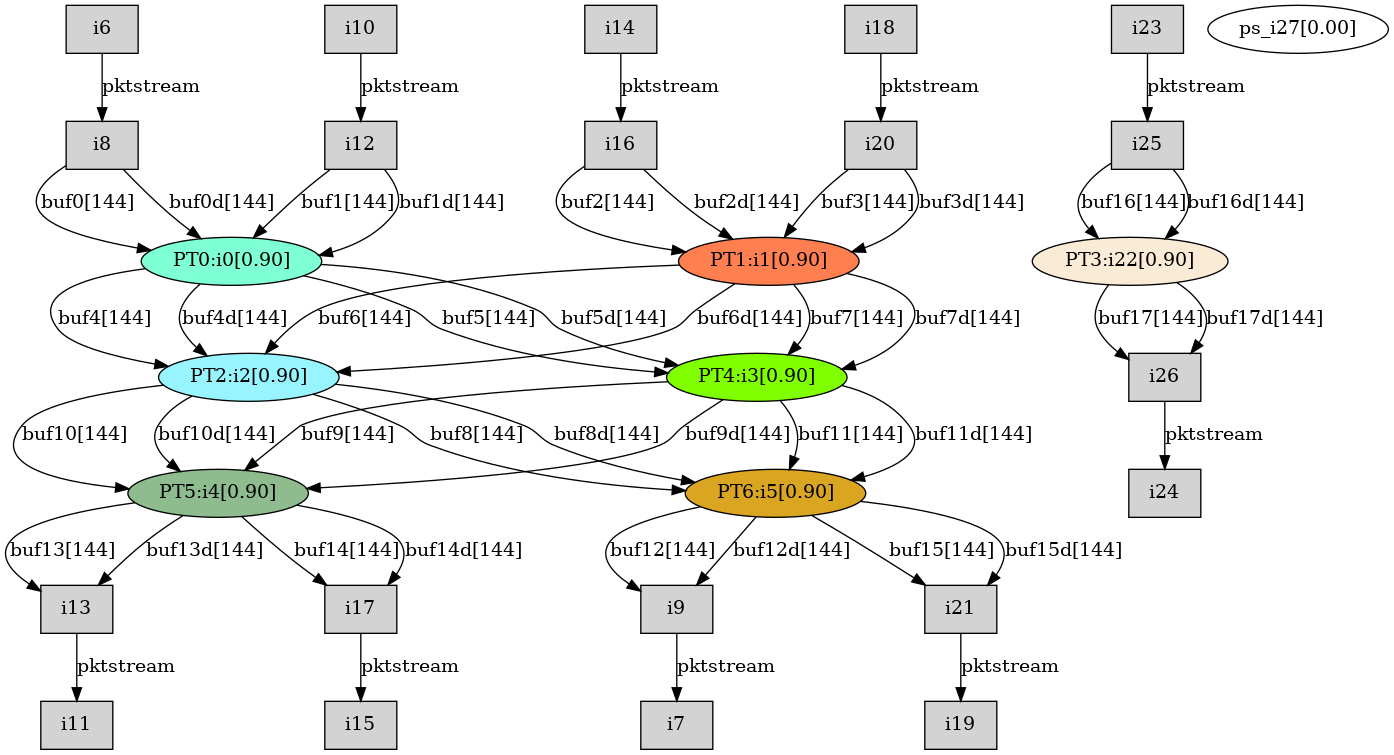
lxy-littlechai/SVD keeps this Graphviz diagram as TriBlock/Work/reports/TopGraph.png. Above is the earlier version. Its source is kept beside it as TriBlock/Work/reports/TopGraph.dot.
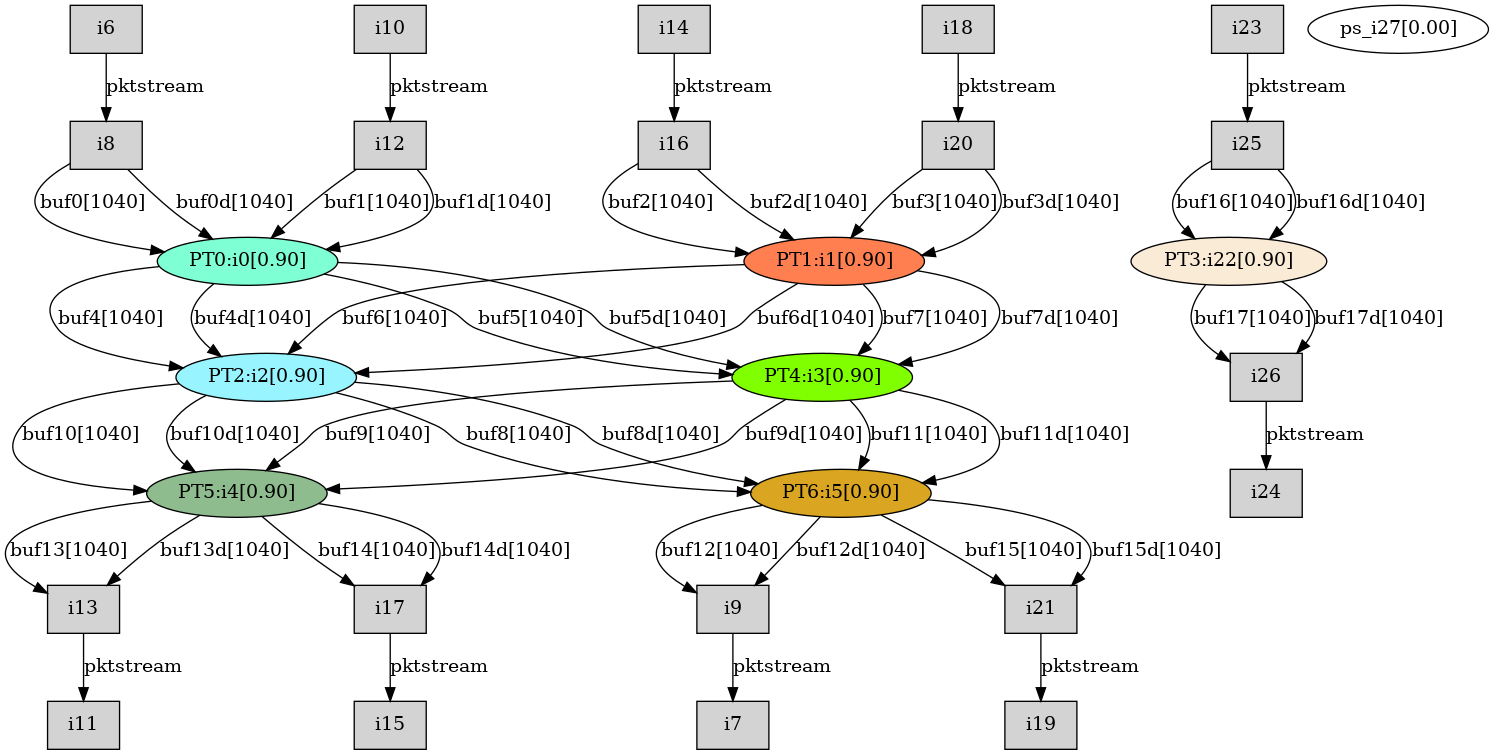
The same file after the commit.

The edit, as a diff of the source:
```diff
@@ -27,22 +27,22 @@
 "i25" [shape=box style=filled, fillcolor=lightgrey];
 "i26" [shape=box style=filled, fillcolor=lightgrey];
 "ps_i27[0.00]";
-"i8" -> "PT0:i0[0.90]" [label="buf0[144]"];
-"i12" -> "PT0:i0[0.90]" [label="buf1[144]"];
-"i16" -> "PT1:i1[0.90]" [label="buf2[144]"];
-"i20" -> "PT1:i1[0.90]" [label="buf3[144]"];
-"PT0:i0[0.90]" -> "PT2:i2[0.90]" [label="buf4[144]"];
-"PT0:i0[0.90]" -> "PT4:i3[0.90]" [label="buf5[144]"];
-"PT1:i1[0.90]" -> "PT2:i2[0.90]" [label="buf6[144]"];
-"PT1:i1[0.90]" -> "PT4:i3[0.90]" [label="buf7[144]"];
-"PT2:i2[0.90]" -> "PT6:i5[0.90]" [label="buf8[144]"];
-"PT4:i3[0.90]" -> "PT5:i4[0.90]" [label="buf9[144]"];
-"PT2:i2[0.90]" -> "PT5:i4[0.90]" [label="buf10[144]"];
-"PT4:i3[0.90]" -> "PT6:i5[0.90]" [label="buf11[144]"];
-"PT6:i5[0.90]" -> "i9" [label="buf12[144]"];
-"PT5:i4[0.90]" -> "i13" [label="buf13[144]"];
-"PT5:i4[0.90]" -> "i17" [label="buf14[144]"];
-"PT6:i5[0.90]" -> "i21" [label="buf15[144]"];
+"i8" -> "PT0:i0[0.90]" [label="buf0[1040]"];
+"i12" -> "PT0:i0[0.90]" [label="buf1[1040]"];
+"i16" -> "PT1:i1[0.90]" [label="buf2[1040]"];
+"i20" -> "PT1:i1[0.90]" [label="buf3[1040]"];
+"PT0:i0[0.90]" -> "PT2:i2[0.90]" [label="buf4[1040]"];
+"PT0:i0[0.90]" -> "PT4:i3[0.90]" [label="buf5[1040]"];
+"PT1:i1[0.90]" -> "PT2:i2[0.90]" [label="buf6[1040]"];
+"PT1:i1[0.90]" -> "PT4:i3[0.90]" [label="buf7[1040]"];
+"PT2:i2[0.90]" -> "PT6:i5[0.90]" [label="buf8[1040]"];
+"PT4:i3[0.90]" -> "PT5:i4[0.90]" [label="buf9[1040]"];
+"PT2:i2[0.90]" -> "PT5:i4[0.90]" [label="buf10[1040]"];
+"PT4:i3[0.90]" -> "PT6:i5[0.90]" [label="buf11[1040]"];
+"PT6:i5[0.90]" -> "i9" [label="buf12[1040]"];
+"PT5:i4[0.90]" -> "i13" [label="buf13[1040]"];
+"PT5:i4[0.90]" -> "i17" [label="buf14[1040]"];
+"PT6:i5[0.90]" -> "i21" [label="buf15[1040]"];
 "i6" -> "i8" [label="pktstream"];
 "i9" -> "i7" [label="pktstream"];
 "i14" -> "i16" [label="pktstream"];
@@ -51,26 +51,26 @@
 "i13" -> "i11" [label="pktstream"];
 "i18" -> "i20" [label="pktstream"];
 "i21" -> "i19" [label="pktstream"];
-"i25" -> "PT3:i22[0.90]" [label="buf16[144]"];
-"PT3:i22[0.90]" -> "i26" [label="buf17[144]"];
+"i25" -> "PT3:i22[0.90]" [label="buf16[1040]"];
+"PT3:i22[0.90]" -> "i26" [label="buf17[1040]"];
 "i23" -> "i25" [label="pktstream"];
 "i26" -> "i24" [label="pktstream"];
-"i8" -> "PT0:i0[0.90]" [label="buf0d[144]"];
-"i12" -> "PT0:i0[0.90]" [label="buf1d[144]"];
-"i16" -> "PT1:i1[0.90]" [label="buf2d[144]"];
-"i20" -> "PT1:i1[0.90]" [label="buf3d[144]"];
-"PT0:i0[0.90]" -> "PT2:i2[0.90]" [label="buf4d[144]"];
-"PT0:i0[0.90]" -> "PT4:i3[0.90]" [label="buf5d[144]"];
-"PT1:i1[0.90]" -> "PT2:i2[0.90]" [label="buf6d[144]"];
-"PT1:i1[0.90]" -> "PT4:i3[0.90]" [label="buf7d[144]"];
-"PT2:i2[0.90]" -> "PT6:i5[0.90]" [label="buf8d[144]"];
-"PT4:i3[0.90]" -> "PT5:i4[0.90]" [label="buf9d[144]"];
-"PT2:i2[0.90]" -> "PT5:i4[0.90]" [label="buf10d[144]"];
-"PT4:i3[0.90]" -> "PT6:i5[0.90]" [label="buf11d[144]"];
-"PT6:i5[0.90]" -> "i9" [label="buf12d[144]"];
-"PT5:i4[0.90]" -> "i13" [label="buf13d[144]"];
-"PT5:i4[0.90]" -> "i17" [label="buf14d[144]"];
-"PT6:i5[0.90]" -> "i21" [label="buf15d[144]"];
-"i25" -> "PT3:i22[0.90]" [label="buf16d[144]"];
-"PT3:i22[0.90]" -> "i26" [label="buf17d[144]"];
+"i8" -> "PT0:i0[0.90]" [label="buf0d[1040]"];
+"i12" -> "PT0:i0[0.90]" [label="buf1d[1040]"];
+"i16" -> "PT1:i1[0.90]" [label="buf2d[1040]"];
+"i20" -> "PT1:i1[0.90]" [label="buf3d[1040]"];
+"PT0:i0[0.90]" -> "PT2:i2[0.90]" [label="buf4d[1040]"];
+"PT0:i0[0.90]" -> "PT4:i3[0.90]" [label="buf5d[1040]"];
+"PT1:i1[0.90]" -> "PT2:i2[0.90]" [label="buf6d[1040]"];
+"PT1:i1[0.90]" -> "PT4:i3[0.90]" [label="buf7d[1040]"];
+"PT2:i2[0.90]" -> "PT6:i5[0.90]" [label="buf8d[1040]"];
+"PT4:i3[0.90]" -> "PT5:i4[0.90]" [label="buf9d[1040]"];
+"PT2:i2[0.90]" -> "PT5:i4[0.90]" [label="buf10d[1040]"];
+"PT4:i3[0.90]" -> "PT6:i5[0.90]" [label="buf11d[1040]"];
+"PT6:i5[0.90]" -> "i9" [label="buf12d[1040]"];
+"PT5:i4[0.90]" -> "i13" [label="buf13d[1040]"];
+"PT5:i4[0.90]" -> "i17" [label="buf14d[1040]"];
+"PT6:i5[0.90]" -> "i21" [label="buf15d[1040]"];
+"i25" -> "PT3:i22[0.90]" [label="buf16d[1040]"];
+"PT3:i22[0.90]" -> "i26" [label="buf17d[1040]"];
 }
```
